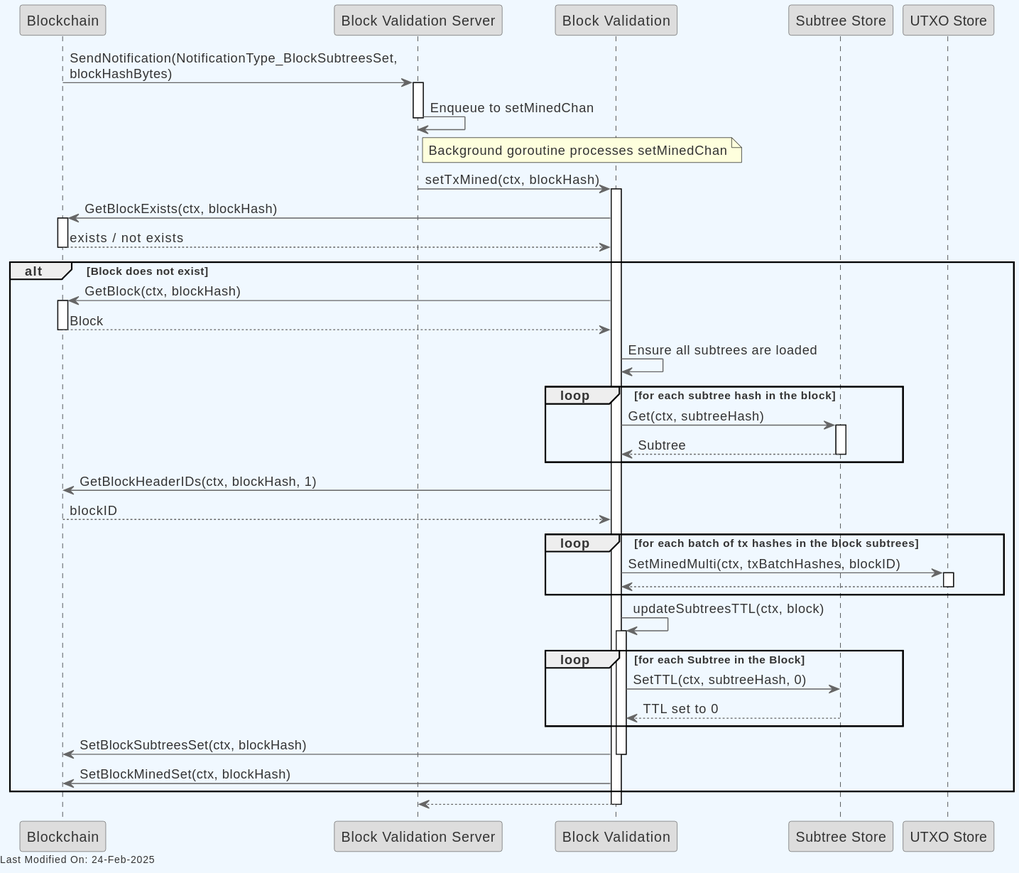
Before: docs/topics/services/img/plantuml/blockvalidation/block_validation_set_tx_mined.svg, a diagram exported from PlantUML (freemans13/teranode). Its source is kept beside it as docs/topics/services/img/plantuml/blockvalidation/block_validation_set_tx_mined.puml. The source it was exported from:
```plantuml
@startuml
skinparam backgroundColor #F0F8FF
skinparam defaultFontColor #333333
skinparam arrowColor #666666

skinparam entity {
  BorderColor #666666
  BackgroundColor #DDDDDD
}

skinparam control {
  BorderColor #666666
  BackgroundColor #DDDDDD
}

skinparam participant {
  BorderColor #666666
  BackgroundColor #DDDDDD
}



participant "Blockchain" as Blockchain
participant "Block Validation Server" as BVServer
participant "Block Validation" as BlockValidation
participant "Subtree Store" as SubtreeStore
participant "UTXO Store" as UTXOStore

Blockchain -> BVServer: SendNotification(NotificationType_BlockSubtreesSet, \nblockHashBytes)
activate BVServer

BVServer -> BVServer: Enqueue to setMinedChan
deactivate BVServer

note right of BVServer
  Background goroutine processes setMinedChan
end note

BVServer -> BlockValidation: setTxMined(ctx, blockHash)
activate BlockValidation

BlockValidation -> Blockchain: GetBlockExists(ctx, blockHash)
activate Blockchain
Blockchain --> BlockValidation: exists / not exists
deactivate Blockchain

alt Block does not exist
    BlockValidation -> Blockchain: GetBlock(ctx, blockHash)
    activate Blockchain
    Blockchain --> BlockValidation: Block
    deactivate Blockchain

    BlockValidation -> BlockValidation: Ensure all subtrees are loaded

    loop for each subtree hash in the block
        BlockValidation -> SubtreeStore: Get(ctx, subtreeHash)
        activate SubtreeStore
        SubtreeStore --> BlockValidation: Subtree
        deactivate SubtreeStore
    end

    BlockValidation -> Blockchain: GetBlockHeaderIDs(ctx, blockHash, 1)
    Blockchain --> BlockValidation: blockID

    loop for each batch of tx hashes in the block subtrees
        BlockValidation -> UTXOStore: SetMinedMulti(ctx, txBatchHashes, blockID)
        activate UTXOStore
        UTXOStore --> BlockValidation
        deactivate UTXOStore
    end

    BlockValidation -> BlockValidation: updateSubtreesTTL(ctx, block)
    activate BlockValidation
    loop for each Subtree in the Block
        BlockValidation -> SubtreeStore: SetTTL(ctx, subtreeHash, 0)
        SubtreeStore --> BlockValidation: TTL set to 0
    end
    BlockValidation -> Blockchain: SetBlockSubtreesSet(ctx, blockHash)
    deactivate BlockValidation

    BlockValidation -> Blockchain: SetBlockMinedSet(ctx, blockHash)
end

BlockValidation --> BVServer
deactivate BlockValidation

left footer Last Modified On: %date("dd-MMM-yyyy")

@enduml
```
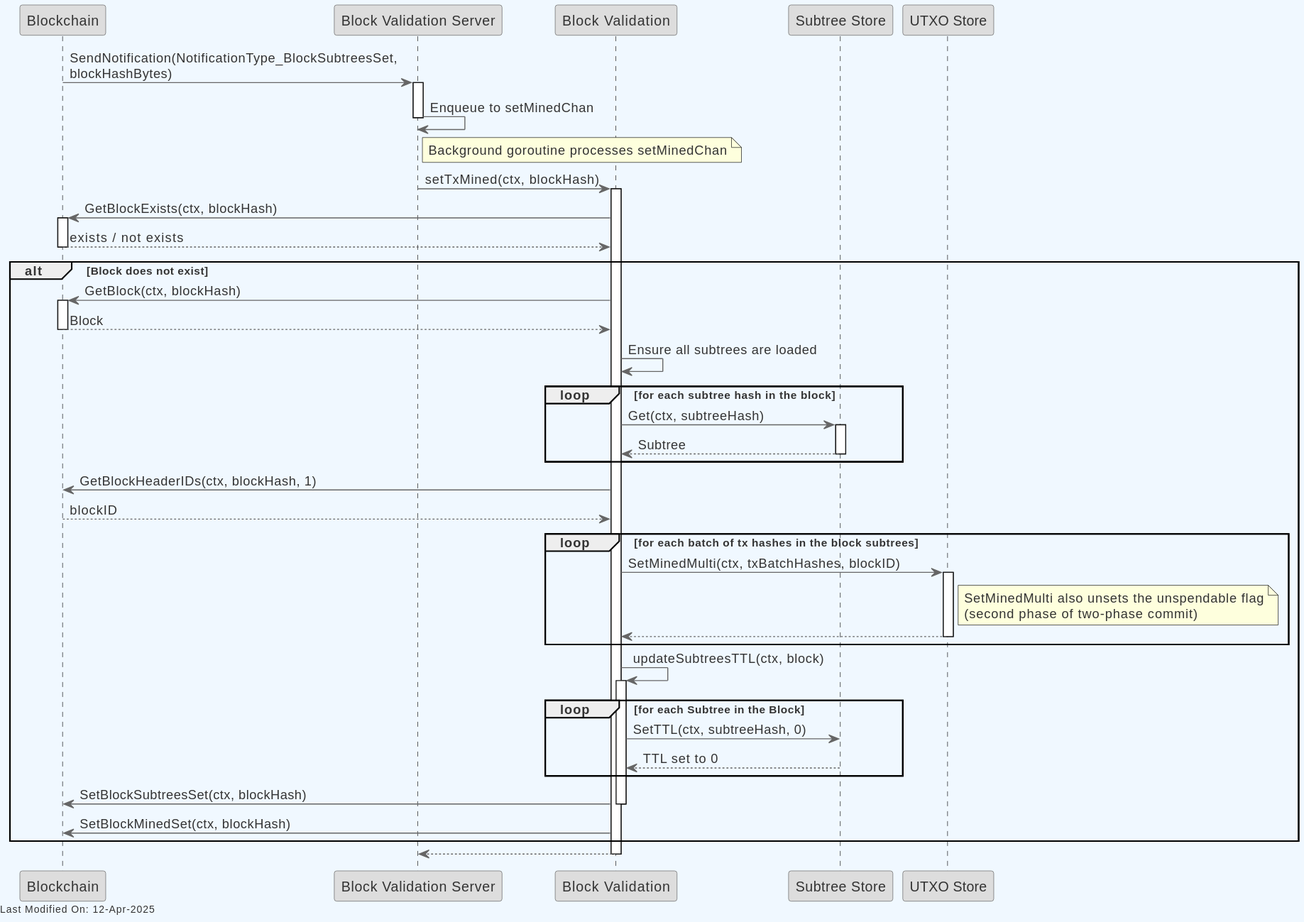
Above is the later version.

Change to the diagram source:
```diff
@@ -65,6 +65,10 @@
     loop for each batch of tx hashes in the block subtrees
         BlockValidation -> UTXOStore: SetMinedMulti(ctx, txBatchHashes, blockID)
         activate UTXOStore
+        note right of UTXOStore
+          SetMinedMulti also unsets the unspendable flag
+          (second phase of two-phase commit)
+        end note
         UTXOStore --> BlockValidation
         deactivate UTXOStore
     end
```
